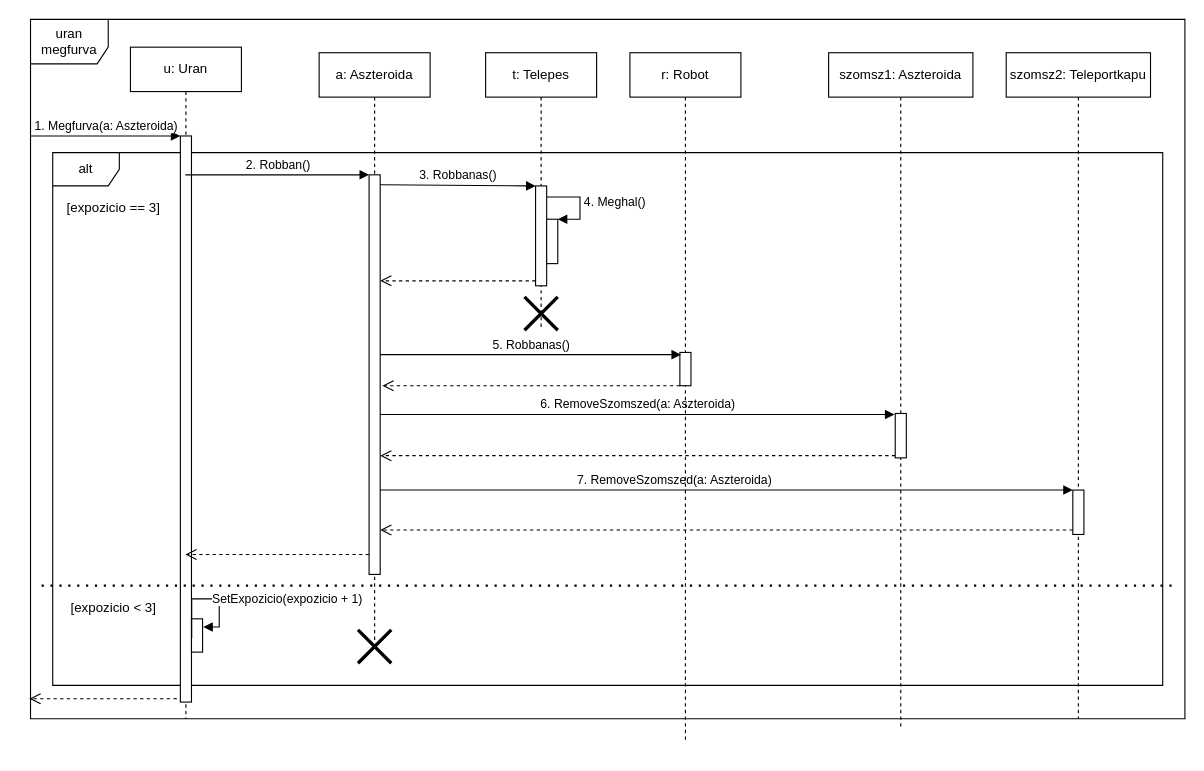
This is page "aszteroida robban" (2 of 5) of doc/szekvencia/szek_UranLerak.drawio from torpeBoiGo/aszteroidabanyaszat, a draw.io file, before an edit. Source tidied: cells renumbered, new cells numbered last; positions are measured from the earlier drawing's top-left corner, leaving out a move shared by most shapes. Both pictures are drawn from the tidied source at 111%, with x=0, y=0 at pixel (29, 19).
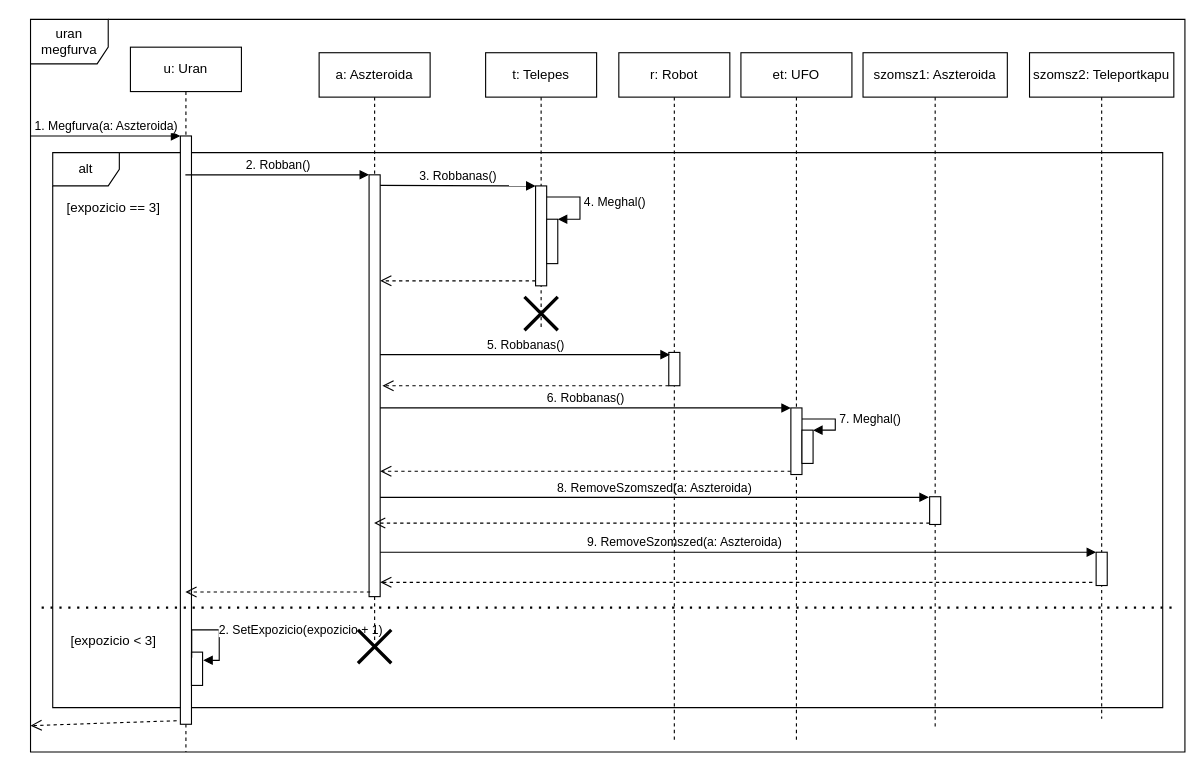
The same page after the edit.

Commit message:
ufo is meghal a robbanáskor

Unchanged cells that the change refers to:
```xml
<mxCell id="9" value="a: Aszteroida" style="shape=umlLifeline;perimeter=lifelinePerimeter;whiteSpace=wrap;html=1;outlineConnect=0;" parent="1" vertex="1">
  <mxGeometry x="261" y="30" width="100" height="530" as="geometry" />
</mxCell>
```

What changed in the source:
```diff
@@
     <mxCell id="2" value="uran megfurva" style="shape=umlFrame;whiteSpace=wrap;html=1;width=70;height=40;" parent="1" vertex="1">
-      <mxGeometry x="1" width="1040" height="630" as="geometry" />
+      <mxGeometry x="1" width="1040" height="660" as="geometry" />
     </mxCell>
     <mxCell id="3" value="alt" style="shape=umlFrame;whiteSpace=wrap;html=1;" parent="1" vertex="1">
-      <mxGeometry x="21" y="120" width="1000" height="480" as="geometry" />
+      <mxGeometry x="21" y="120" width="1000" height="500" as="geometry" />
     </mxCell>
     <mxCell id="4" value="u: Uran" style="shape=umlLifeline;perimeter=lifelinePerimeter;whiteSpace=wrap;html=1;outlineConnect=0;" parent="1" vertex="1">
-      <mxGeometry x="91" y="25" width="100" height="605" as="geometry" />
+      <mxGeometry x="91" y="25" width="100" height="635" as="geometry" />
     </mxCell>
     <mxCell id="5" style="html=1;points=[];perimeter=orthogonalPerimeter;" parent="4" vertex="1">
-      <mxGeometry x="45" y="80" width="10" height="510" as="geometry" />
+      <mxGeometry x="45" y="80" width="10" height="530" as="geometry" />
     </mxCell>
@@
     <mxCell id="7" style="html=1;points=[];perimeter=orthogonalPerimeter;" parent="4" vertex="1">
-      <mxGeometry x="55" y="515" width="10" height="30" as="geometry" />
+      <mxGeometry x="55" y="545" width="10" height="30" as="geometry" />
     </mxCell>
-    <mxCell id="8" value="SetExpozicio(expozicio + 1)" style="edgeStyle=orthogonalEdgeStyle;html=1;align=left;spacingLeft=2;endArrow=block;rounded=0;entryX=1.06;entryY=0.247;entryDx=0;entryDy=0;entryPerimeter=0;exitX=1.02;exitY=0.887;exitDx=0;exitDy=0;exitPerimeter=0;" parent="4" edge="1" source="5" target="7">
+    <mxCell id="8" value="2. SetExpozicio(expozicio + 1)" style="edgeStyle=orthogonalEdgeStyle;html=1;align=left;spacingLeft=2;endArrow=block;rounded=0;entryX=1.06;entryY=0.247;entryDx=0;entryDy=0;entryPerimeter=0;exitX=1.02;exitY=0.887;exitDx=0;exitDy=0;exitPerimeter=0;" parent="4" edge="1" source="5" target="7">
       <mxGeometry relative="1" as="geometry">
         <Array as="points">
-          <mxPoint x="80" y="497" />
-          <mxPoint x="80" y="522" />
+          <mxPoint x="55" y="525" />
+          <mxPoint x="80" y="525" />
+          <mxPoint x="80" y="552" />
         </Array>
       </mxGeometry>
     </mxCell>
@@
     <mxCell id="10" style="html=1;points=[];perimeter=orthogonalPerimeter;" parent="9" vertex="1">
-      <mxGeometry x="45" y="110" width="10" height="360" as="geometry" />
+      <mxGeometry x="45" y="110" width="10" height="380" as="geometry" />
     </mxCell>
@@
-    <mxCell id="12" style="html=1;verticalAlign=bottom;endArrow=open;dashed=1;endSize=8;exitX=0;exitY=0.95;" parent="1" edge="1" source="10" target="4">
+    <mxCell id="12" style="html=1;verticalAlign=bottom;endArrow=open;dashed=1;endSize=8;exitX=0.1;exitY=0.989;exitDx=0;exitDy=0;exitPerimeter=0;" parent="1" edge="1" source="10" target="4">
       <mxGeometry x="-0.29" y="-16" relative="1" as="geometry" />
     </mxCell>
@@
-    <mxCell id="21" value="7. RemoveSzomszed(a: Aszteroida)" style="html=1;verticalAlign=bottom;endArrow=block;" parent="1" edge="1" target="24">
-      <mxGeometry x="-0.15" relative="1" as="geometry">
-        <mxPoint x="316" y="424" as="sourcePoint" />
-      </mxGeometry>
+    <mxCell id="21" value="9. RemoveSzomszed(a: Aszteroida)" style="html=1;verticalAlign=bottom;endArrow=block;" parent="1" edge="1" source="10" target="24">
+      <mxGeometry x="-0.15" relative="1" as="geometry" />
     </mxCell>
-    <mxCell id="22" style="html=1;verticalAlign=bottom;endArrow=open;dashed=1;endSize=8;exitX=0;exitY=0.95;" parent="1" edge="1" source="26">
-      <mxGeometry relative="1" as="geometry">
-        <mxPoint x="316" y="393" as="targetPoint" />
-      </mxGeometry>
+    <mxCell id="22" style="html=1;verticalAlign=bottom;endArrow=open;dashed=1;endSize=8;exitX=0;exitY=0.95;" parent="1" edge="1" source="26" target="9">
+      <mxGeometry relative="1" as="geometry" />
     </mxCell>
     <mxCell id="23" value="szomsz2: Teleportkapu" style="shape=umlLifeline;perimeter=lifelinePerimeter;whiteSpace=wrap;html=1;" parent="1" vertex="1">
-      <mxGeometry x="880" y="30" width="130" height="600" as="geometry" />
+      <mxGeometry x="901" y="30" width="130" height="600" as="geometry" />
     </mxCell>
     <mxCell id="24" style="html=1;points=[];perimeter=orthogonalPerimeter;" parent="23" vertex="1">
-      <mxGeometry x="60" y="394" width="10" height="40" as="geometry" />
+      <mxGeometry x="60" y="450" width="10" height="30" as="geometry" />
     </mxCell>
     <mxCell id="25" value="szomsz1: Aszteroida" style="shape=umlLifeline;perimeter=lifelinePerimeter;whiteSpace=wrap;html=1;" parent="1" vertex="1">
-      <mxGeometry x="720" y="30" width="130" height="610" as="geometry" />
+      <mxGeometry x="751" y="30" width="130" height="610" as="geometry" />
     </mxCell>
     <mxCell id="26" style="html=1;points=[];perimeter=orthogonalPerimeter;" parent="25" vertex="1">
-      <mxGeometry x="60" y="325" width="10" height="40" as="geometry" />
+      <mxGeometry x="60" y="400" width="10" height="25" as="geometry" />
     </mxCell>
-    <mxCell id="27" style="html=1;verticalAlign=bottom;endArrow=open;dashed=1;endSize=8;exitX=-0.329;exitY=0.994;exitDx=0;exitDy=0;exitPerimeter=0;" parent="1" edge="1" source="5">
-      <mxGeometry relative="1" as="geometry">
-        <mxPoint y="612" as="targetPoint" />
-      </mxGeometry>
+    <mxCell id="27" style="html=1;verticalAlign=bottom;endArrow=open;dashed=1;endSize=8;exitX=-0.329;exitY=0.994;exitDx=0;exitDy=0;exitPerimeter=0;entryX=0;entryY=0.964;entryDx=0;entryDy=0;entryPerimeter=0;" parent="1" edge="1" source="5" target="2">
+      <mxGeometry relative="1" as="geometry" />
     </mxCell>
-    <mxCell id="28" value="6. RemoveSzomszed(a: Aszteroida)" style="html=1;verticalAlign=bottom;endArrow=block;entryX=-0.066;entryY=0.022;entryDx=0;entryDy=0;entryPerimeter=0;" parent="1" edge="1" target="26">
-      <mxGeometry relative="1" as="geometry">
-        <mxPoint x="316" y="355.9" as="sourcePoint" />
-      </mxGeometry>
+    <mxCell id="28" value="8. RemoveSzomszed(a: Aszteroida)" style="html=1;verticalAlign=bottom;endArrow=block;entryX=-0.066;entryY=0.022;entryDx=0;entryDy=0;entryPerimeter=0;" parent="1" edge="1" source="10" target="26">
+      <mxGeometry relative="1" as="geometry" />
     </mxCell>
-    <mxCell id="29" style="html=1;verticalAlign=bottom;endArrow=open;dashed=1;endSize=8;" parent="1" edge="1" source="24">
-      <mxGeometry relative="1" as="geometry">
-        <mxPoint x="316" y="460" as="targetPoint" />
-        <Array as="points">
-          <mxPoint x="711" y="460" />
-        </Array>
-      </mxGeometry>
+    <mxCell id="29" style="html=1;verticalAlign=bottom;endArrow=open;dashed=1;endSize=8;exitX=-0.34;exitY=0.905;exitDx=0;exitDy=0;exitPerimeter=0;" parent="1" edge="1" source="24" target="10">
+      <mxGeometry relative="1" as="geometry" />
     </mxCell>
     <mxCell id="30" value="r: Robot" style="shape=umlLifeline;perimeter=lifelinePerimeter;whiteSpace=wrap;html=1;" parent="1" vertex="1">
-      <mxGeometry x="541" y="30" width="100" height="620" as="geometry" />
+      <mxGeometry x="531" y="30" width="100" height="620" as="geometry" />
     </mxCell>
@@
     <mxCell id="35" value="[expozicio &amp;lt; 3]" style="text;html=1;strokeColor=none;fillColor=none;align=center;verticalAlign=middle;whiteSpace=wrap;rounded=0;" parent="1" vertex="1">
-      <mxGeometry x="31" y="520" width="90" height="20" as="geometry" />
+      <mxGeometry x="31" y="550" width="90" height="20" as="geometry" />
     </mxCell>
     <mxCell id="36" style="endArrow=none;dashed=1;html=1;dashPattern=1 3;strokeWidth=2;" parent="1" edge="1">
       <mxGeometry relative="1" as="geometry">
-        <mxPoint x="11" y="510" as="sourcePoint" />
-        <mxPoint x="1031" y="510" as="targetPoint" />
+        <mxPoint x="11" y="530" as="sourcePoint" />
+        <mxPoint x="1031" y="530" as="targetPoint" />
       </mxGeometry>
     </mxCell>
+    <mxCell id="37" value="et: UFO" style="shape=umlLifeline;perimeter=lifelinePerimeter;whiteSpace=wrap;html=1;" parent="1" vertex="1">
+      <mxGeometry x="641" y="30" width="100" height="620" as="geometry" />
+    </mxCell>
+    <mxCell id="38" style="html=1;points=[];perimeter=orthogonalPerimeter;" parent="37" vertex="1">
+      <mxGeometry x="45" y="320" width="10" height="60" as="geometry" />
+    </mxCell>
+    <mxCell id="39" style="html=1;points=[];perimeter=orthogonalPerimeter;" parent="37" vertex="1">
+      <mxGeometry x="55" y="340" width="10" height="30" as="geometry" />
+    </mxCell>
+    <mxCell id="40" value="7. Meghal()" style="edgeStyle=orthogonalEdgeStyle;html=1;align=left;spacingLeft=2;endArrow=block;rounded=0;entryX=1;entryY=0;" parent="37" edge="1" source="38" target="39">
+      <mxGeometry relative="1" as="geometry">
+        <Array as="points">
+          <mxPoint x="85" y="330" />
+          <mxPoint x="85" y="340" />
+        </Array>
+      </mxGeometry>
+    </mxCell>
+    <mxCell id="41" value="6. Robbanas()" style="html=1;verticalAlign=bottom;endArrow=block;entryX=0;entryY=0;" parent="1" edge="1" source="10" target="38">
+      <mxGeometry relative="1" as="geometry" />
+    </mxCell>
+    <mxCell id="42" style="html=1;verticalAlign=bottom;endArrow=open;dashed=1;endSize=8;exitX=0;exitY=0.95;" parent="1" edge="1" source="38" target="10">
+      <mxGeometry relative="1" as="geometry" />
+    </mxCell>
```
